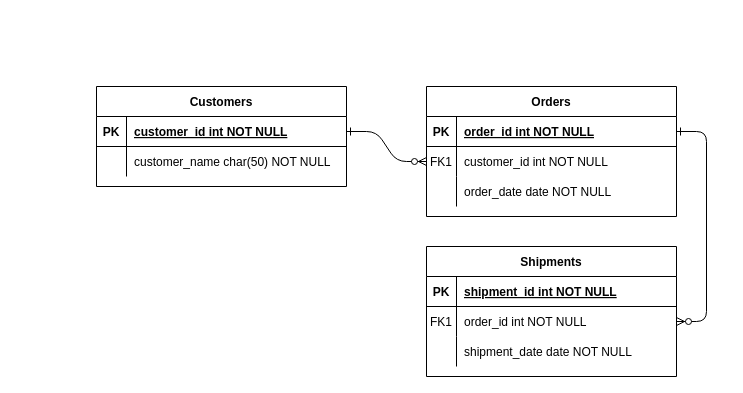
Above: E-R reseñas negocios pequeños.drawio in AlexAntonio29/PracticasProgramacion (draw.io), before the change. Source tidied: cells renumbered, new cells numbered last; positions are measured from the earlier drawing's top-left corner, leaving out a move shared by most shapes. Both pictures are drawn from the tidied source at 100%, with x=0, y=0 at pixel (96, 86).
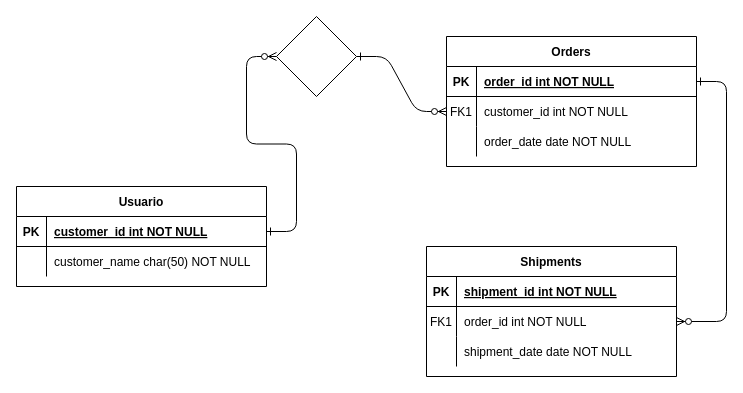
After the change.

Unchanged cells that the change refers to:
```xml
<mxCell id="8" style="shape=partialRectangle;fillColor=none;points=[[0,0.5],[1,0.5]];portConstraint=eastwest;top=0;left=0;right=0;bottom=0;" parent="4" vertex="1">
  <mxGeometry y="60" width="250" height="30" as="geometry" />
</mxCell>
<mxCell id="25" style="shape=partialRectangle;fillColor=none;points=[[0,0.5],[1,0.5]];portConstraint=eastwest;top=0;left=0;right=0;bottom=1;" parent="24" vertex="1">
  <mxGeometry y="30" width="250" height="30" as="geometry" />
</mxCell>
```

Diff of the diagram source:
```diff
@@
-    <mxCell id="2" style="edgeStyle=entityRelationEdgeStyle;endArrow=ERzeroToMany;startArrow=ERone;endFill=1;startFill=0;" parent="1" edge="1" source="25" target="8">
+    <mxCell id="2" style="edgeStyle=entityRelationEdgeStyle;endArrow=ERzeroToMany;startArrow=ERone;endFill=1;startFill=0;" parent="1" edge="1" source="32" target="8">
       <mxGeometry relative="1" as="geometry" />
     </mxCell>
@@
     <mxCell id="4" value="Orders" style="shape=table;startSize=30;childLayout=tableLayout;rowLines=0;fontStyle=1;align=center;" parent="1" vertex="1">
-      <mxGeometry x="330" width="250" height="130" as="geometry" />
+      <mxGeometry x="350" y="-50" width="250" height="130" as="geometry" />
     </mxCell>
@@
-    <mxCell id="24" value="Customers" style="shape=table;startSize=30;childLayout=tableLayout;rowLines=0;fontStyle=1;align=center;" parent="1" vertex="1">
-      <mxGeometry width="250" height="100" as="geometry" />
+    <mxCell id="24" value="Usuario" style="shape=table;startSize=30;childLayout=tableLayout;rowLines=0;fontStyle=1;align=center;" parent="1" vertex="1">
+      <mxGeometry x="-80" y="100" width="250" height="100" as="geometry" />
     </mxCell>
@@
+    <mxCell id="31" style="edgeStyle=entityRelationEdgeStyle;endArrow=ERzeroToMany;startArrow=ERone;endFill=1;startFill=0;" parent="1" edge="1" source="25" target="32">
+      <mxGeometry relative="1" as="geometry" />
+    </mxCell>
+    <mxCell id="32" style="rhombus;whiteSpace=wrap;html=1;" parent="1" vertex="1">
+      <mxGeometry x="180" y="-70" width="80" height="80" as="geometry" />
+    </mxCell>
```
